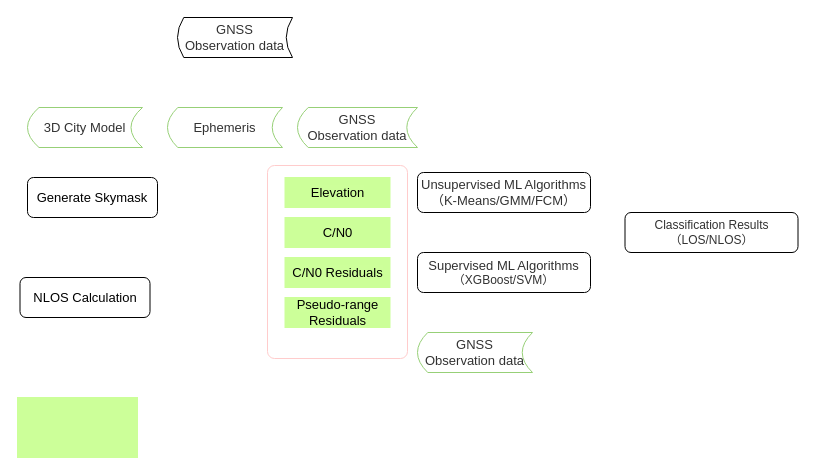
Earlier version of the draw.io diagram drawio/GNSS.drawio (huzihe/pyplot). Source tidied: cells renumbered, new cells numbered last; positions are measured from the earlier drawing's top-left corner, leaving out a move shared by most shapes. Both pictures are drawn from the tidied source at 100%, with x=0, y=0 at pixel (17, 17).
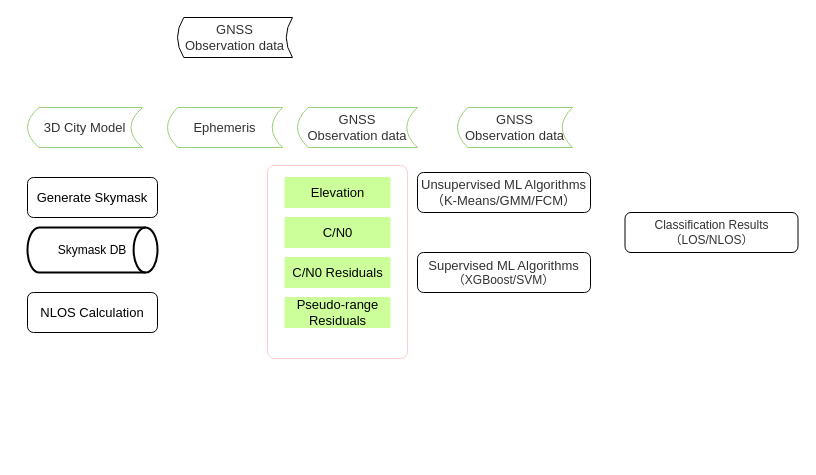
The same diagram, later.

Change to the diagram source:
```diff
@@
 <mxGraphModel>
   <root>
     <mxCell id="0" />
     <mxCell id="1" parent="0" />
     <mxCell id="2" style="rounded=1;whiteSpace=wrap;html=1;arcSize=5;strokeColor=#FFCCCC;" parent="1" vertex="1">
       <mxGeometry x="250" y="148" width="140" height="193" as="geometry" />
     </mxCell>
     <mxCell id="3" value="&lt;span style=&quot;font-size: 13px ; background-color: rgba(255 , 255 , 255 , 0.01)&quot;&gt;Generate Skymask&lt;/span&gt;" style="rounded=1;whiteSpace=wrap;html=1;" parent="1" vertex="1">
       <mxGeometry x="10" y="160" width="130" height="40" as="geometry" />
     </mxCell>
     <mxCell id="4" value="&lt;span style=&quot;color: rgb(50 , 50 , 50) ; font-size: 13px ; background-color: rgba(255 , 255 , 255 , 0.01)&quot;&gt;3D City Model&lt;/span&gt;" style="shape=dataStorage;whiteSpace=wrap;html=1;strokeColor=#97D077;" parent="1" vertex="1">
       <mxGeometry x="10" y="90" width="115" height="40" as="geometry" />
     </mxCell>
     <mxCell id="5" value="&lt;span style=&quot;color: rgb(50 , 50 , 50) ; font-size: 13px ; background-color: rgba(255 , 255 , 255 , 0.01)&quot;&gt;Ephemeris&lt;/span&gt;" style="shape=dataStorage;whiteSpace=wrap;html=1;size=0.08910774562669838;strokeColor=#97D077;" parent="1" vertex="1">
       <mxGeometry x="150" y="90" width="115" height="40" as="geometry" />
     </mxCell>
     <mxCell id="6" value="&lt;span style=&quot;color: rgb(50 , 50 , 50) ; font-size: 13px ; background-color: rgba(255 , 255 , 255 , 0.01)&quot;&gt;GNSS &lt;br&gt;Observation data&lt;/span&gt;" style="shape=dataStorage;whiteSpace=wrap;html=1;size=0.054325136931046195;" parent="1" vertex="1">
       <mxGeometry x="160" width="115" height="40" as="geometry" />
     </mxCell>
     <mxCell id="7" value="&lt;span style=&quot;color: rgb(50 , 50 , 50) ; font-size: 13px ; background-color: rgba(255 , 255 , 255 , 0.01)&quot;&gt;GNSS&lt;/span&gt;&lt;br style=&quot;color: rgb(50 , 50 , 50) ; font-size: 13px&quot;&gt;&lt;span style=&quot;color: rgb(50 , 50 , 50) ; font-size: 13px ; background-color: rgba(255 , 255 , 255 , 0.01)&quot;&gt;Observation data&lt;/span&gt;" style="shape=dataStorage;whiteSpace=wrap;html=1;size=0.08910774562669838;strokeColor=#97D077;" parent="1" vertex="1">
       <mxGeometry x="280" y="90" width="120" height="40" as="geometry" />
     </mxCell>
     <mxCell id="8" value="&lt;span style=&quot;color: rgb(50 , 50 , 50) ; font-size: 13px ; background-color: rgba(255 , 255 , 255 , 0.01)&quot;&gt;Supervised ML Algorithms&lt;/span&gt;&lt;span style=&quot;color: rgb(50 , 50 , 50) ; font-size: inherit ; background-color: rgba(255 , 255 , 255 , 0.01)&quot;&gt;（XGBoost/SVM&lt;/span&gt;&lt;span style=&quot;color: rgb(50 , 50 , 50) ; font-size: inherit ; background-color: rgba(255 , 255 , 255 , 0.01)&quot;&gt;）&lt;/span&gt;" style="rounded=1;whiteSpace=wrap;html=1;" parent="1" vertex="1">
       <mxGeometry x="400" y="235" width="173" height="40" as="geometry" />
     </mxCell>
     <mxCell id="9" value="&lt;span style=&quot;font-size: 13px ; background-color: rgba(255 , 255 , 255 , 0.01)&quot;&gt;NLOS Calculation&lt;/span&gt;" style="rounded=1;whiteSpace=wrap;html=1;" parent="1" vertex="1">
-      <mxGeometry x="2.5" y="260" width="130" height="40" as="geometry" />
+      <mxGeometry x="10" y="275" width="130" height="40" as="geometry" />
     </mxCell>
     <mxCell id="10" value="&lt;span style=&quot;color: rgb(50 , 50 , 50) ; font-size: 13px ; background-color: rgba(255 , 255 , 255 , 0.01)&quot;&gt;Unsupervised ML Algorithms&lt;/span&gt;&lt;div style=&quot;resize: none ; font-size: 13px ; color: rgb(50 , 50 , 50) ; background-color: rgba(255 , 255 , 255 , 0.01)&quot;&gt;（K-Means/GMM/FCM&lt;span style=&quot;font-size: inherit&quot;&gt;）&lt;/span&gt;&lt;/div&gt;" style="rounded=1;whiteSpace=wrap;html=1;" parent="1" vertex="1">
       <mxGeometry x="400" y="155" width="173" height="40" as="geometry" />
     </mxCell>
     <mxCell id="11" value="&lt;span style=&quot;color: rgb(50 , 50 , 50) ; font-size: inherit ; background-color: rgba(255 , 255 , 255 , 0.01)&quot;&gt;Classification Results（LOS/NLOS&lt;/span&gt;&lt;span style=&quot;color: rgb(50 , 50 , 50) ; font-size: inherit ; background-color: rgba(255 , 255 , 255 , 0.01)&quot;&gt;）&lt;/span&gt;" style="rounded=1;whiteSpace=wrap;html=1;" parent="1" vertex="1">
       <mxGeometry x="607.5" y="195" width="173" height="40" as="geometry" />
     </mxCell>
     <mxCell id="12" value="&lt;span style=&quot;color: rgb(50 , 50 , 50) ; font-size: 13px ; background-color: rgba(255 , 255 , 255 , 0.01)&quot;&gt;GNSS &lt;br&gt;Observation data&lt;/span&gt;" style="shape=dataStorage;whiteSpace=wrap;html=1;size=0.08910774562669838;strokeColor=#97D077;" parent="1" vertex="1">
-      <mxGeometry x="400" y="315" width="115" height="40" as="geometry" />
+      <mxGeometry x="440" y="90" width="115" height="40" as="geometry" />
     </mxCell>
     <mxCell id="13" value="&lt;span style=&quot;font-size: 13px; background-color: rgba(255, 255, 255, 0.01);&quot;&gt;Elevation&lt;/span&gt;" style="rounded=0;whiteSpace=wrap;html=1;strokeColor=#CCFF99;fillColor=#CCFF99;fontColor=#000000;" parent="1" vertex="1">
       <mxGeometry x="267.5" y="160" width="105" height="30" as="geometry" />
     </mxCell>
     <mxCell id="14" value="&lt;span style=&quot;font-size: 13px; background-color: rgba(255, 255, 255, 0.01);&quot;&gt;C/N0&lt;/span&gt;" style="rounded=0;whiteSpace=wrap;html=1;strokeColor=#CCFF99;fillColor=#CCFF99;fontColor=#000000;" parent="1" vertex="1">
       <mxGeometry x="267.5" y="200" width="105" height="30" as="geometry" />
     </mxCell>
     <mxCell id="15" value="&lt;span style=&quot;font-size: 13px; background-color: rgba(255, 255, 255, 0.01);&quot;&gt;C/N0 Residuals&lt;/span&gt;" style="rounded=0;whiteSpace=wrap;html=1;strokeColor=#CCFF99;fillColor=#CCFF99;fontColor=#000000;" parent="1" vertex="1">
       <mxGeometry x="267.5" y="240" width="105" height="30" as="geometry" />
     </mxCell>
     <mxCell id="16" value="&lt;span style=&quot;font-size: 13px; background-color: rgba(255, 255, 255, 0.01);&quot;&gt;Pseudo-range Residuals&lt;/span&gt;" style="rounded=0;whiteSpace=wrap;html=1;strokeColor=#CCFF99;fillColor=#CCFF99;fontColor=#000000;" parent="1" vertex="1">
       <mxGeometry x="267.5" y="280" width="105" height="30" as="geometry" />
     </mxCell>
-    <mxCell id="17" style="rounded=0;whiteSpace=wrap;html=1;strokeColor=#CCFF99;fillColor=#CCFF99;fontColor=#000000;" parent="1" vertex="1">
-      <mxGeometry y="380" width="120" height="60" as="geometry" />
-    </mxCell>
+    <mxCell id="18" value="Skymask DB" style="strokeWidth=2;html=1;shape=mxgraph.flowchart.direct_data;whiteSpace=wrap;" parent="1" vertex="1">
+      <mxGeometry x="10" y="210" width="130" height="45" as="geometry" />
+    </mxCell>
   </root>
 </mxGraphModel>
```
